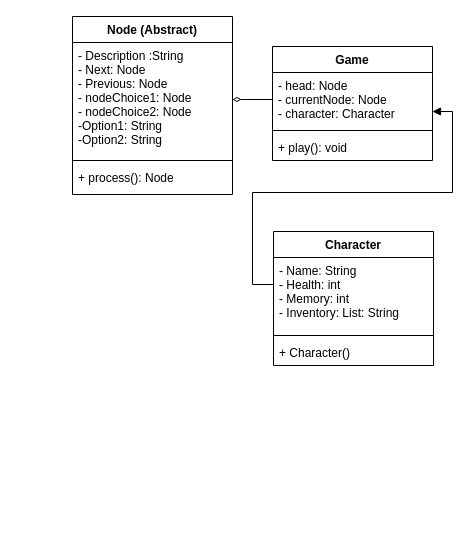
jsanson1747/CSCI-43700-Finite-State-Game keeps this draw.io diagram as GameUML.drawio. Above is the earlier version. Source tidied: cells renumbered, new cells numbered last; positions are measured from the earlier drawing's top-left corner, leaving out a move shared by most shapes. Both pictures are drawn from the tidied source at 100%, with x=0, y=0 at pixel (72, 16).
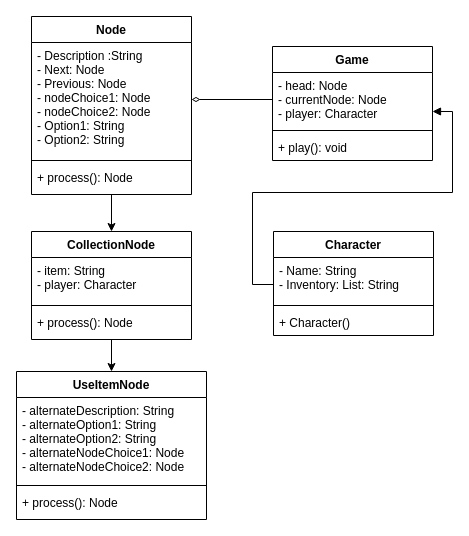
The same page after the edit.

The change refers to these unchanged cells:
```xml
<mxCell id="6" value="Game" style="swimlane;fontStyle=1;align=center;verticalAlign=top;horizontal=1;startSize=26;" parent="1" vertex="1">
  <mxGeometry x="200" y="30" width="160" height="114" as="geometry" />
</mxCell>
```

Diff of the diagram source:
```diff
@@
+    <mxCell id="16" style="edgeStyle=none;html=1;entryX=0.5;entryY=0;entryDx=0;entryDy=0;" parent="1" edge="1" source="2" target="18">
+      <mxGeometry relative="1" as="geometry" />
+    </mxCell>
-    <mxCell id="2" value="Node (Abstract)" style="swimlane;fontStyle=1;align=center;verticalAlign=top;horizontal=1;startSize=26;" parent="1" vertex="1">
-      <mxGeometry width="160" height="178" as="geometry" />
+    <mxCell id="2" value="Node" style="swimlane;fontStyle=1;align=center;verticalAlign=top;horizontal=1;startSize=26;" parent="1" vertex="1">
+      <mxGeometry x="-41" width="160" height="178" as="geometry" />
     </mxCell>
-    <mxCell id="3" value="- Description :String&#10;- Next: Node&#10;- Previous: Node&#10;- nodeChoice1: Node&#10;- nodeChoice2: Node&#10;-Option1: String&#10;-Option2: String" style="text;strokeColor=none;fillColor=none;align=left;verticalAlign=top;spacingLeft=4;spacingRight=4;overflow=hidden;points=[[0,0.5],[1,0.5]];portConstraint=eastwest;" parent="2" vertex="1">
+    <mxCell id="3" value="- Description :String&#10;- Next: Node&#10;- Previous: Node&#10;- nodeChoice1: Node&#10;- nodeChoice2: Node&#10;- Option1: String&#10;- Option2: String" style="text;strokeColor=none;fillColor=none;align=left;verticalAlign=top;spacingLeft=4;spacingRight=4;overflow=hidden;points=[[0,0.5],[1,0.5]];portConstraint=eastwest;" parent="2" vertex="1">
       <mxGeometry y="26" width="160" height="114" as="geometry" />
     </mxCell>
@@
-    <mxCell id="7" value="- head: Node&#10;- currentNode: Node&#10;- character: Character" style="text;strokeColor=none;fillColor=none;align=left;verticalAlign=top;spacingLeft=4;spacingRight=4;overflow=hidden;points=[[0,0.5],[1,0.5]];portConstraint=eastwest;" parent="6" vertex="1">
+    <mxCell id="7" value="- head: Node&#10;- currentNode: Node&#10;- player: Character" style="text;strokeColor=none;fillColor=none;align=left;verticalAlign=top;spacingLeft=4;spacingRight=4;overflow=hidden;points=[[0,0.5],[1,0.5]];portConstraint=eastwest;" parent="6" vertex="1">
       <mxGeometry y="26" width="160" height="54" as="geometry" />
     </mxCell>
@@
     <mxCell id="11" value="Character" style="swimlane;fontStyle=1;align=center;verticalAlign=top;horizontal=1;startSize=26;" parent="1" vertex="1">
-      <mxGeometry x="201" y="215" width="160" height="134" as="geometry" />
+      <mxGeometry x="201" y="215" width="160" height="104" as="geometry" />
     </mxCell>
-    <mxCell id="12" value="- Name: String&#10;- Health: int&#10;- Memory: int&#10;- Inventory: List: String" style="text;strokeColor=none;fillColor=none;align=left;verticalAlign=top;spacingLeft=4;spacingRight=4;overflow=hidden;points=[[0,0.5],[1,0.5]];portConstraint=eastwest;" parent="11" vertex="1">
-      <mxGeometry y="26" width="160" height="74" as="geometry" />
+    <mxCell id="12" value="- Name: String&#10;- Inventory: List: String" style="text;strokeColor=none;fillColor=none;align=left;verticalAlign=top;spacingLeft=4;spacingRight=4;overflow=hidden;points=[[0,0.5],[1,0.5]];portConstraint=eastwest;" parent="11" vertex="1">
+      <mxGeometry y="26" width="160" height="44" as="geometry" />
     </mxCell>
     <mxCell id="13" style="line;strokeWidth=1;fillColor=none;align=left;verticalAlign=middle;spacingTop=-1;spacingLeft=3;spacingRight=3;labelPosition=right;" parent="11" vertex="1">
-      <mxGeometry y="100" width="160" height="8" as="geometry" />
+      <mxGeometry y="70" width="160" height="8" as="geometry" />
     </mxCell>
     <mxCell id="14" value="+ Character()" style="text;strokeColor=none;fillColor=none;align=left;verticalAlign=top;spacingLeft=4;spacingRight=4;overflow=hidden;" parent="11" vertex="1">
-      <mxGeometry y="108" width="160" height="26" as="geometry" />
+      <mxGeometry y="78" width="160" height="26" as="geometry" />
     </mxCell>
@@
+    <mxCell id="17" style="edgeStyle=none;html=1;entryX=0.5;entryY=0;entryDx=0;entryDy=0;" parent="1" edge="1" source="18" target="22">
+      <mxGeometry relative="1" as="geometry" />
+    </mxCell>
+    <mxCell id="18" value="CollectionNode" style="swimlane;fontStyle=1;align=center;verticalAlign=top;horizontal=1;startSize=26;" parent="1" vertex="1">
+      <mxGeometry x="-41" y="215" width="160" height="108" as="geometry" />
+    </mxCell>
+    <mxCell id="19" value="- item: String&#10;- player: Character" style="text;strokeColor=none;fillColor=none;align=left;verticalAlign=top;spacingLeft=4;spacingRight=4;overflow=hidden;" parent="18" vertex="1">
+      <mxGeometry y="26" width="160" height="44" as="geometry" />
+    </mxCell>
+    <mxCell id="20" style="line;strokeWidth=1;fillColor=none;align=left;verticalAlign=middle;spacingTop=-1;spacingLeft=3;spacingRight=3;labelPosition=right;" parent="18" vertex="1">
+      <mxGeometry y="70" width="160" height="8" as="geometry" />
+    </mxCell>
+    <mxCell id="21" value="+ process(): Node" style="text;strokeColor=none;fillColor=none;align=left;verticalAlign=top;spacingLeft=4;spacingRight=4;overflow=hidden;" parent="18" vertex="1">
+      <mxGeometry y="78" width="160" height="30" as="geometry" />
+    </mxCell>
+    <mxCell id="22" value="UseItemNode" style="swimlane;fontStyle=1;align=center;verticalAlign=top;horizontal=1;startSize=26;" parent="1" vertex="1">
+      <mxGeometry x="-56" y="355" width="190" height="148" as="geometry" />
+    </mxCell>
+    <mxCell id="23" value="- alternateDescription: String&#10;- alternateOption1: String&#10;- alternateOption2: String&#10;- alternateNodeChoice1: Node&#10;- alternateNodeChoice2: Node" style="text;strokeColor=none;fillColor=none;align=left;verticalAlign=top;spacingLeft=4;spacingRight=4;overflow=hidden;" parent="22" vertex="1">
+      <mxGeometry y="26" width="190" height="84" as="geometry" />
+    </mxCell>
+    <mxCell id="24" style="line;strokeWidth=1;fillColor=none;align=left;verticalAlign=middle;spacingTop=-1;spacingLeft=3;spacingRight=3;labelPosition=right;" parent="22" vertex="1">
+      <mxGeometry y="110" width="190" height="8" as="geometry" />
+    </mxCell>
+    <mxCell id="25" value="+ process(): Node" style="text;strokeColor=none;fillColor=none;align=left;verticalAlign=top;spacingLeft=4;spacingRight=4;overflow=hidden;" parent="22" vertex="1">
+      <mxGeometry y="118" width="190" height="30" as="geometry" />
+    </mxCell>
```
